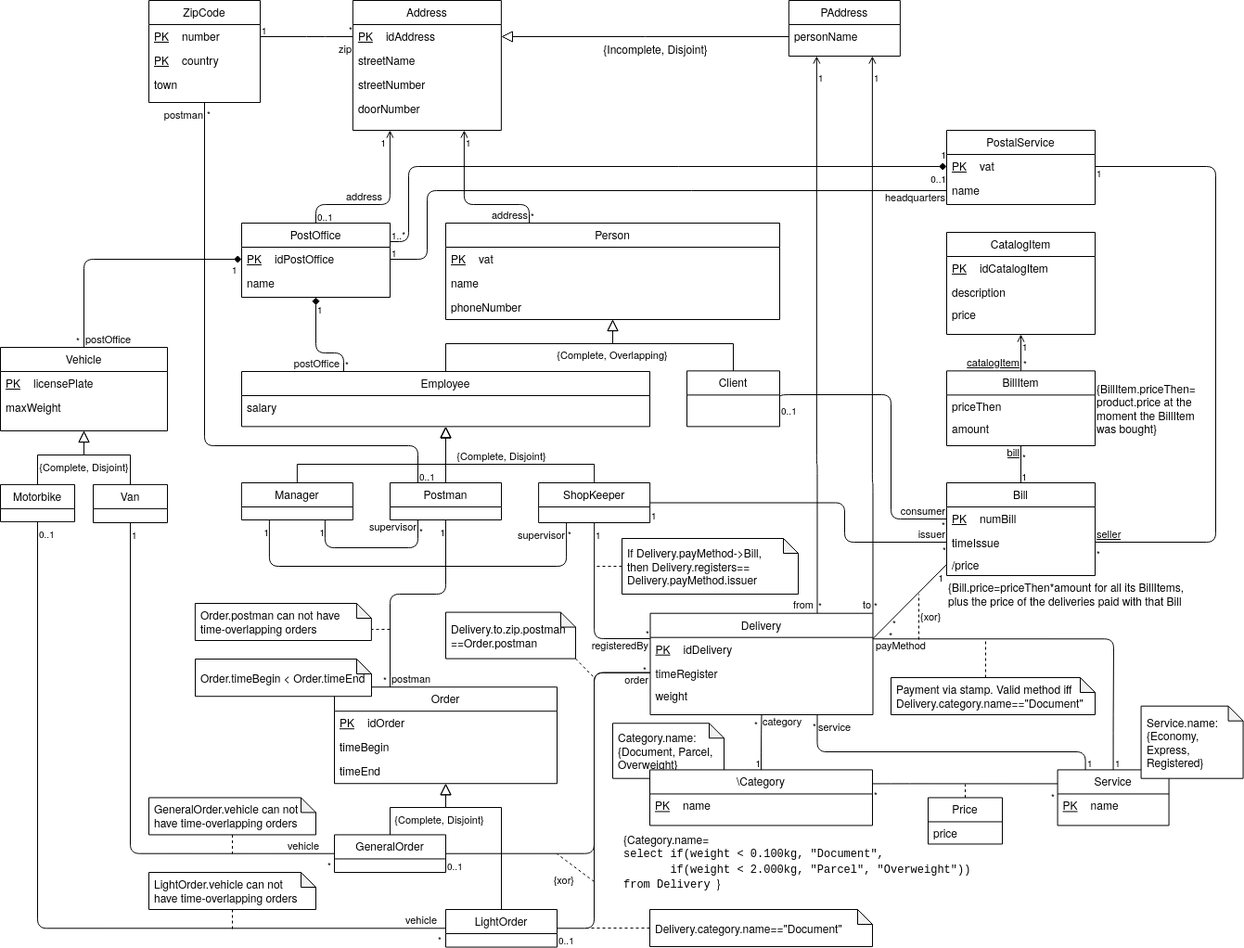
dmfrodrigues/feup-bdad-proj keeps this draw.io diagram as uml2.png. Above is the earlier version. Source tidied: cells renumbered, new cells last; positions are measured from the earlier drawing's top-left corner, leaving out a move shared by most shapes.
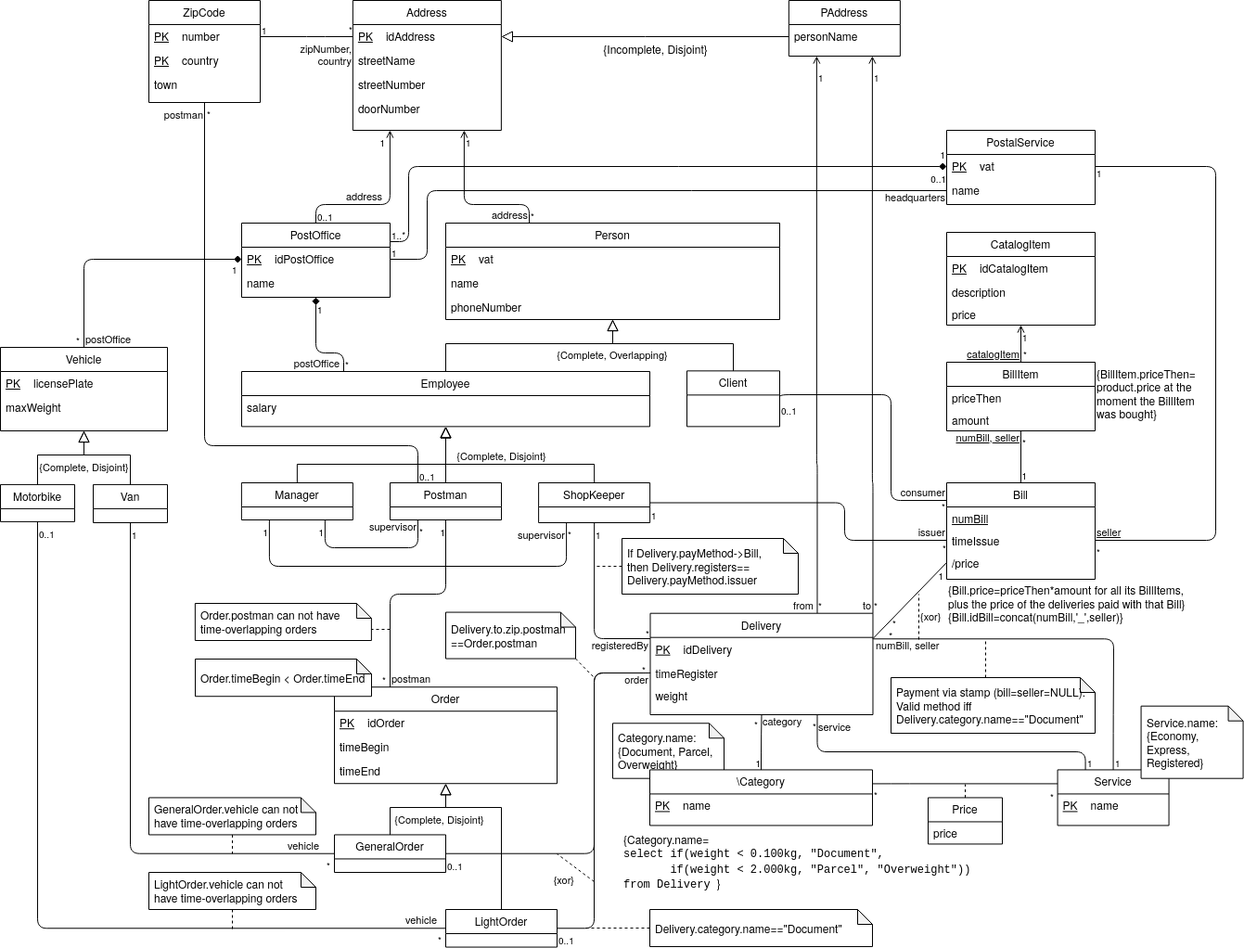
Later version of the same file.

Commit message:
updated UML, functional dependencies

What changed in the source:
```diff
@@ -66,9 +66,9 @@
     <mxCell id="21" value="country" style="shape=partialRectangle;top=0;left=0;right=0;bottom=1;align=left;verticalAlign=top;fillColor=none;spacingLeft=34;spacingRight=4;overflow=hidden;fontSize=12;dashed=1;strokeColor=none;labelBackgroundColor=none;" parent="18" vertex="1">
       <mxGeometry y="52" width="120" height="26" as="geometry" />
     </mxCell>
-    <mxCell id="22" value="PK" style="shape=partialRectangle;top=0;left=0;bottom=0;fillColor=none;align=left;verticalAlign=top;spacingLeft=4;spacingRight=4;overflow=hidden;fontSize=12;fontStyle=4;strokeColor=none;labelBackgroundColor=none;" parent="21" vertex="1">
-      <mxGeometry width="33.3" height="26" as="geometry" />
-    </mxCell>
+    <mxCell id="190" value="PK" style="shape=partialRectangle;top=0;left=0;bottom=0;fillColor=none;align=left;verticalAlign=top;spacingLeft=4;spacingRight=4;overflow=hidden;fontSize=12;fontStyle=4;strokeColor=none;labelBackgroundColor=none;" parent="21" vertex="1">
+      <mxGeometry width="33.3" height="26" as="geometry" />
+    </mxCell>
     <mxCell id="23" value="town" style="text;align=left;verticalAlign=top;spacingLeft=4;spacingRight=4;overflow=hidden;labelBackgroundColor=none;" parent="18" vertex="1">
       <mxGeometry y="78" width="120" height="26" as="geometry" />
     </mxCell>
@@ -260,15 +260,6 @@
     <mxCell id="63" value="*" style="html=1;align=left;verticalAlign=bottom;labelBackgroundColor=none;fontSize=10;" parent="61" vertex="1">
       <mxGeometry x="1" relative="1" as="geometry" />
     </mxCell>
-    <mxCell id="64" value="BillItem" style="swimlane;fontStyle=0;align=center;verticalAlign=top;horizontal=1;startSize=26;rounded=0;shadow=0;strokeWidth=1;labelBackgroundColor=none;" parent="1" vertex="1">
-      <mxGeometry x="1020" y="399.4" width="160" height="80.6" as="geometry" />
-    </mxCell>
-    <mxCell id="65" value="priceThen" style="text;align=left;verticalAlign=top;spacingLeft=4;spacingRight=4;overflow=hidden;rounded=0;shadow=0;html=0;labelBackgroundColor=none;" parent="64" vertex="1">
-      <mxGeometry y="26" width="160" height="24" as="geometry" />
-    </mxCell>
-    <mxCell id="66" value="amount" style="text;align=left;verticalAlign=top;spacingLeft=4;spacingRight=4;overflow=hidden;rounded=0;shadow=0;html=0;labelBackgroundColor=none;" parent="64" vertex="1">
-      <mxGeometry y="50" width="160" height="24" as="geometry" />
-    </mxCell>
     <mxCell id="67" value="PostalService" style="swimlane;fontStyle=0;align=center;verticalAlign=top;horizontal=1;startSize=26;rounded=0;shadow=0;strokeWidth=1;labelBackgroundColor=none;" parent="1" vertex="1">
       <mxGeometry x="1020" y="140" width="160" height="80" as="geometry" />
     </mxCell>
@@ -282,7 +273,7 @@
       <mxGeometry y="52" width="160" height="26" as="geometry" />
     </mxCell>
     <mxCell id="71" value="CatalogItem" style="swimlane;fontStyle=0;align=center;verticalAlign=top;horizontal=1;startSize=26;rounded=0;shadow=0;strokeWidth=1;labelBackgroundColor=none;" parent="1" vertex="1">
-      <mxGeometry x="1020" y="250" width="160" height="110" as="geometry" />
+      <mxGeometry x="1020" y="250" width="160" height="100" as="geometry" />
     </mxCell>
     <mxCell id="72" value="idCatalogItem" style="shape=partialRectangle;top=0;left=0;right=0;bottom=1;align=left;verticalAlign=top;fillColor=none;spacingLeft=34;spacingRight=4;overflow=hidden;fontSize=12;dashed=1;strokeColor=none;labelBackgroundColor=none;" parent="71" vertex="1">
       <mxGeometry y="26" width="160" height="26" as="geometry" />
@@ -336,6 +327,15 @@
     <mxCell id="87" value="weight" style="text;align=left;verticalAlign=top;spacingLeft=4;spacingRight=4;overflow=hidden;rounded=0;shadow=0;html=0;labelBackgroundColor=none;" parent="83" vertex="1">
       <mxGeometry y="76" width="240" height="24" as="geometry" />
     </mxCell>
+    <mxCell id="64" value="BillItem" style="swimlane;fontStyle=0;align=center;verticalAlign=top;horizontal=1;startSize=26;rounded=0;shadow=0;strokeWidth=1;labelBackgroundColor=none;" parent="1" vertex="1">
+      <mxGeometry x="1020" y="390" width="160" height="74" as="geometry" />
+    </mxCell>
+    <mxCell id="65" value="priceThen" style="text;align=left;verticalAlign=top;spacingLeft=4;spacingRight=4;overflow=hidden;rounded=0;shadow=0;html=0;labelBackgroundColor=none;" parent="64" vertex="1">
+      <mxGeometry y="26" width="160" height="24" as="geometry" />
+    </mxCell>
+    <mxCell id="66" value="amount" style="text;align=left;verticalAlign=top;spacingLeft=4;spacingRight=4;overflow=hidden;rounded=0;shadow=0;html=0;labelBackgroundColor=none;" parent="64" vertex="1">
+      <mxGeometry y="50" width="160" height="24" as="geometry" />
+    </mxCell>
     <mxCell id="88" value="Service" style="swimlane;fontStyle=0;align=center;verticalAlign=top;horizontal=1;startSize=26;rounded=0;shadow=0;strokeWidth=1;labelBackgroundColor=none;" parent="1" vertex="1">
       <mxGeometry x="1139.6" y="829.4" width="120" height="60" as="geometry" />
     </mxCell>
@@ -433,6 +433,18 @@
         <mxPoint x="-0.5" y="-34.4" as="offset" />
       </mxGeometry>
     </mxCell>
+    <mxCell id="138" value="Bill" style="swimlane;fontStyle=0;align=center;verticalAlign=top;horizontal=1;startSize=26;rounded=0;shadow=0;strokeWidth=1;labelBackgroundColor=none;" parent="1" vertex="1">
+      <mxGeometry x="1020" y="520" width="160" height="104" as="geometry" />
+    </mxCell>
+    <mxCell id="139" value="numBill" style="text;align=left;verticalAlign=top;spacingLeft=4;spacingRight=4;overflow=hidden;points=[[0,0.5],[1,0.5]];portConstraint=eastwest;rounded=0;shadow=0;html=0;labelBackgroundColor=none;fontStyle=4;" parent="138" vertex="1">
+      <mxGeometry y="26" width="160" height="24" as="geometry" />
+    </mxCell>
+    <mxCell id="141" value="timeIssue" style="text;align=left;verticalAlign=top;spacingLeft=4;spacingRight=4;overflow=hidden;points=[[0,0.5],[1,0.5]];portConstraint=eastwest;rounded=0;shadow=0;html=0;labelBackgroundColor=none;" parent="138" vertex="1">
+      <mxGeometry y="50" width="160" height="24" as="geometry" />
+    </mxCell>
+    <mxCell id="142" value="/price" style="text;align=left;verticalAlign=top;spacingLeft=4;spacingRight=4;overflow=hidden;points=[[0,0.5],[1,0.5]];portConstraint=eastwest;rounded=0;shadow=0;html=0;labelBackgroundColor=none;" parent="138" vertex="1">
+      <mxGeometry y="74" width="160" height="24" as="geometry" />
+    </mxCell>
     <mxCell id="110" value="GeneralOrder" style="swimlane;fontStyle=0;align=center;verticalAlign=top;horizontal=1;startSize=26;rounded=0;shadow=0;strokeWidth=1;labelBackgroundColor=none;" parent="1" vertex="1">
       <mxGeometry x="360" y="899.5" width="120" height="40.5" as="geometry" />
     </mxCell>
@@ -571,26 +583,11 @@
     <mxCell id="137" value="*" style="html=1;align=left;verticalAlign=top;labelBackgroundColor=none;fontSize=10;spacingRight=-7;spacingBottom=0;" parent="135" vertex="1">
       <mxGeometry x="1" relative="1" as="geometry" />
     </mxCell>
-    <mxCell id="138" value="Bill" style="swimlane;fontStyle=0;align=center;verticalAlign=top;horizontal=1;startSize=26;rounded=0;shadow=0;strokeWidth=1;labelBackgroundColor=none;" parent="1" vertex="1">
-      <mxGeometry x="1020" y="520" width="160" height="100" as="geometry" />
-    </mxCell>
-    <mxCell id="139" value="numBill" style="shape=partialRectangle;top=0;left=0;right=0;bottom=1;align=left;verticalAlign=top;fillColor=none;spacingLeft=34;spacingRight=4;overflow=hidden;points=[[0,0.5],[1,0.5]];portConstraint=eastwest;fontSize=12;dashed=1;strokeColor=none;labelBackgroundColor=none;" parent="138" vertex="1">
-      <mxGeometry y="26" width="160" height="26" as="geometry" />
-    </mxCell>
-    <mxCell id="140" value="PK" style="shape=partialRectangle;top=0;left=0;bottom=0;fillColor=none;align=left;verticalAlign=top;spacingLeft=4;spacingRight=4;overflow=hidden;fontSize=12;fontStyle=4;strokeColor=none;labelBackgroundColor=none;" parent="139" vertex="1">
-      <mxGeometry width="33.3" height="26" as="geometry" />
-    </mxCell>
-    <mxCell id="141" value="timeIssue" style="text;align=left;verticalAlign=top;spacingLeft=4;spacingRight=4;overflow=hidden;points=[[0,0.5],[1,0.5]];portConstraint=eastwest;rounded=0;shadow=0;html=0;labelBackgroundColor=none;" parent="138" vertex="1">
-      <mxGeometry y="52" width="160" height="24" as="geometry" />
-    </mxCell>
-    <mxCell id="142" value="/price" style="text;align=left;verticalAlign=top;spacingLeft=4;spacingRight=4;overflow=hidden;points=[[0,0.5],[1,0.5]];portConstraint=eastwest;rounded=0;shadow=0;html=0;labelBackgroundColor=none;" parent="138" vertex="1">
-      <mxGeometry y="76" width="160" height="24" as="geometry" />
-    </mxCell>
     <mxCell id="143" value="issuer" style="endArrow=none;html=1;edgeStyle=orthogonalEdgeStyle;elbow=vertical;align=right;exitX=1;exitY=0.5;exitDx=0;exitDy=0;verticalAlign=bottom;spacingLeft=0;spacingRight=0;spacingBottom=0;spacingTop=-6;labelBackgroundColor=none;entryX=0;entryY=0.5;entryDx=0;entryDy=0;" parent="1" edge="1" source="24" target="141">
       <mxGeometry x="1" relative="1" as="geometry">
         <Array as="points">
-          <mxPoint x="910" y="542" />
-          <mxPoint x="910" y="584" />
+          <mxPoint x="910" y="541" />
+          <mxPoint x="910" y="582" />
         </Array>
       </mxGeometry>
     </mxCell>
@@ -613,12 +610,13 @@
         <mxPoint y="-0.5" as="offset" />
       </mxGeometry>
     </mxCell>
-    <mxCell id="149" value="consumer" style="endArrow=none;html=1;edgeStyle=orthogonalEdgeStyle;elbow=vertical;align=right;exitX=1;exitY=0.5;exitDx=0;exitDy=0;verticalAlign=bottom;spacingLeft=0;spacingRight=0;spacingBottom=0;spacingTop=-6;labelBackgroundColor=none;entryX=0;entryY=0.5;entryDx=0;entryDy=0;" parent="1" edge="1" source="26" target="139">
+    <mxCell id="149" value="consumer" style="endArrow=none;html=1;edgeStyle=orthogonalEdgeStyle;elbow=vertical;align=right;exitX=1;exitY=0.5;exitDx=0;exitDy=0;verticalAlign=bottom;spacingLeft=0;spacingRight=0;spacingBottom=0;spacingTop=-6;labelBackgroundColor=none;entryX=0;entryY=0.5;entryDx=0;entryDy=0;" parent="1" edge="1" source="26">
       <mxGeometry x="1" relative="1" as="geometry">
+        <mxPoint x="1020" y="539" as="targetPoint" />
         <Array as="points">
           <mxPoint x="840" y="425" />
           <mxPoint x="960" y="425" />
-          <mxPoint x="960" y="559" />
+          <mxPoint x="960" y="539" />
         </Array>
       </mxGeometry>
     </mxCell>
@@ -665,7 +663,7 @@
     <mxCell id="158" value="seller" style="endArrow=none;html=1;edgeStyle=orthogonalEdgeStyle;elbow=vertical;align=left;exitX=1;exitY=0.5;exitDx=0;exitDy=0;verticalAlign=bottom;spacingLeft=0;spacingRight=0;spacingBottom=0;spacingTop=-6;labelBackgroundColor=none;entryX=1;entryY=0.5;entryDx=0;entryDy=0;fontStyle=4;" parent="1" edge="1" source="141" target="68">
       <mxGeometry x="-1" relative="1" as="geometry">
         <Array as="points">
-          <mxPoint x="1310" y="584" />
+          <mxPoint x="1310" y="582" />
           <mxPoint x="1310" y="179" />
         </Array>
       </mxGeometry>
@@ -678,7 +676,7 @@
         <mxPoint x="-0.3" y="-5.7" as="offset" />
       </mxGeometry>
     </mxCell>
-    <mxCell id="161" value="bill" style="endArrow=none;html=1;edgeStyle=orthogonalEdgeStyle;elbow=vertical;align=right;verticalAlign=top;spacingLeft=0;spacingRight=0;spacingBottom=0;spacingTop=-6;labelBackgroundColor=none;startArrow=none;startFill=0;exitX=0.5;exitY=1;exitDx=0;exitDy=0;entryX=0.5;entryY=0;entryDx=0;entryDy=0;fontStyle=4;" parent="1" edge="1" source="64" target="138">
+    <mxCell id="161" value="numBill, seller" style="endArrow=none;html=1;edgeStyle=orthogonalEdgeStyle;elbow=vertical;align=right;verticalAlign=top;spacingLeft=0;spacingRight=0;spacingBottom=0;spacingTop=-6;labelBackgroundColor=none;startArrow=none;startFill=0;exitX=0.5;exitY=1;exitDx=0;exitDy=0;entryX=0.5;entryY=0;entryDx=0;entryDy=0;fontStyle=4;" parent="1" edge="1" source="64" target="138">
       <mxGeometry x="-1" relative="1" as="geometry" />
     </mxCell>
     <mxCell id="162" value="*" style="html=1;align=left;verticalAlign=top;labelBackgroundColor=none;fontSize=10;" parent="161" vertex="1">
@@ -689,8 +687,8 @@
         <mxPoint y="-0.5" as="offset" />
       </mxGeometry>
     </mxCell>
-    <mxCell id="164" value="{Bill.price=priceThen*amount for all its BillItems, plus the price of the deliveries paid with that Bill" style="text;html=1;strokeColor=none;fillColor=none;align=left;verticalAlign=middle;whiteSpace=wrap;rounded=0;labelBackgroundColor=none;" parent="1" vertex="1">
-      <mxGeometry x="1020" y="620" width="270" height="39.6" as="geometry" />
+    <mxCell id="164" value="&lt;div&gt;{Bill.price=priceThen*amount for all its BillItems, plus the price of the deliveries paid with that Bill}&lt;/div&gt;&lt;div&gt;{Bill.idBill=concat(numBill,'_',seller)}&lt;br&gt;&lt;/div&gt;" style="text;html=1;strokeColor=none;fillColor=none;align=left;verticalAlign=middle;whiteSpace=wrap;rounded=0;labelBackgroundColor=none;" parent="1" vertex="1">
+      <mxGeometry x="1020" y="620" width="270" height="60" as="geometry" />
     </mxCell>
     <mxCell id="165" value="*" style="endArrow=none;html=1;edgeStyle=orthogonalEdgeStyle;elbow=vertical;align=left;verticalAlign=bottom;spacingLeft=15;spacingRight=0;spacingBottom=-6;spacingTop=0;exitX=0.5;exitY=0;exitDx=0;exitDy=0;labelBackgroundColor=none;entryX=1.001;entryY=0.061;entryDx=0;entryDy=0;entryPerimeter=0;" parent="1" edge="1" source="88" target="84">
       <mxGeometry x="1" relative="1" as="geometry">
@@ -703,7 +701,7 @@
     <mxCell id="166" value="1" style="html=1;align=left;verticalAlign=bottom;labelBackgroundColor=none;fontSize=10;" parent="165" vertex="1">
       <mxGeometry x="-1" relative="1" as="geometry" />
     </mxCell>
-    <mxCell id="167" value="payMethod" style="endArrow=none;html=1;elbow=vertical;align=left;verticalAlign=top;spacingLeft=2;spacingRight=0;spacingBottom=0;spacingTop=-6;exitX=1;exitY=0.25;exitDx=0;exitDy=0;labelBackgroundColor=none;entryX=0;entryY=0.5;entryDx=0;entryDy=0;" parent="1" edge="1" source="83" target="142">
+    <mxCell id="167" value="numBill, seller" style="endArrow=none;html=1;elbow=vertical;align=left;verticalAlign=top;spacingLeft=2;spacingRight=0;spacingBottom=0;spacingTop=-6;exitX=1;exitY=0.25;exitDx=0;exitDy=0;labelBackgroundColor=none;entryX=0;entryY=0.5;entryDx=0;entryDy=0;" parent="1" edge="1" source="83" target="142">
       <mxGeometry x="-1" relative="1" as="geometry" />
     </mxCell>
     <mxCell id="168" value="*" style="html=1;align=left;verticalAlign=bottom;labelBackgroundColor=none;fontSize=10;spacingBottom=3;spacingLeft=20;" parent="167" vertex="1">
@@ -722,8 +720,8 @@
         <mxPoint x="990" y="640" as="targetPoint" />
       </mxGeometry>
     </mxCell>
-    <mxCell id="171" value="&lt;div&gt;Payment via stamp. Valid method iff&lt;/div&gt;&lt;div&gt;Delivery.category.name==&quot;Document&quot;&lt;/div&gt;" style="shape=note;whiteSpace=wrap;html=1;backgroundOutline=1;darkOpacity=0.05;size=16;align=left;spacingLeft=4;labelBackgroundColor=none;" parent="1" vertex="1">
-      <mxGeometry x="960" y="730" width="220" height="40" as="geometry" />
+    <mxCell id="171" value="&lt;div&gt;Payment via stamp (bill=seller=NULL). Valid method iff&lt;/div&gt;&lt;div&gt;Delivery.category.name==&quot;Document&quot;&lt;/div&gt;" style="shape=note;whiteSpace=wrap;html=1;backgroundOutline=1;darkOpacity=0.05;size=16;align=left;spacingLeft=4;labelBackgroundColor=none;" parent="1" vertex="1">
+      <mxGeometry x="960" y="730" width="220" height="60" as="geometry" />
     </mxCell>
     <mxCell id="172" style="endArrow=none;dashed=1;html=1;labelBackgroundColor=none;exitX=0;exitY=0;exitDx=102;exitDy=0;exitPerimeter=0;" parent="1" edge="1" source="171">
       <mxGeometry relative="1" as="geometry">
@@ -731,7 +729,7 @@
       </mxGeometry>
     </mxCell>
     <mxCell id="173" value="&lt;div&gt;{BillItem.priceThen= product.price at the moment the BillItem was bought}&lt;/div&gt;" style="text;html=1;strokeColor=none;fillColor=none;align=left;verticalAlign=middle;whiteSpace=wrap;rounded=0;labelBackgroundColor=none;" parent="1" vertex="1">
-      <mxGeometry x="1179.6" y="399.4" width="120.4" height="80.6" as="geometry" />
+      <mxGeometry x="1179.6" y="383.4" width="120.4" height="80.6" as="geometry" />
     </mxCell>
     <mxCell id="174" value="{xor}" style="endArrow=none;dashed=1;html=1;align=right;verticalAlign=top;" parent="1" edge="1">
       <mxGeometry relative="1" as="geometry">
@@ -761,7 +759,7 @@
     <mxCell id="179" value="*" style="html=1;align=left;verticalAlign=top;labelBackgroundColor=none;fontSize=10;spacing=2;spacingBottom=0;spacingLeft=1;" parent="177" vertex="1">
       <mxGeometry x="1" relative="1" as="geometry" />
     </mxCell>
-    <mxCell id="180" value="zip" style="endArrow=none;html=1;edgeStyle=orthogonalEdgeStyle;entryX=0;entryY=0.5;entryDx=0;entryDy=0;exitX=1;exitY=0.5;exitDx=0;exitDy=0;align=right;labelBackgroundColor=none;verticalAlign=top;" parent="1" edge="1" source="19" target="11">
+    <mxCell id="180" value="&lt;div&gt;zipNumber,&lt;/div&gt;&lt;div&gt;country&lt;br&gt;&lt;/div&gt;" style="endArrow=none;html=1;edgeStyle=orthogonalEdgeStyle;entryX=0;entryY=0.5;entryDx=0;entryDy=0;exitX=1;exitY=0.5;exitDx=0;exitDy=0;align=right;labelBackgroundColor=none;verticalAlign=top;" parent="1" edge="1" source="19" target="11">
       <mxGeometry x="1" relative="1" as="geometry">
         <Array as="points">
           <mxPoint x="340" y="39" />
```
